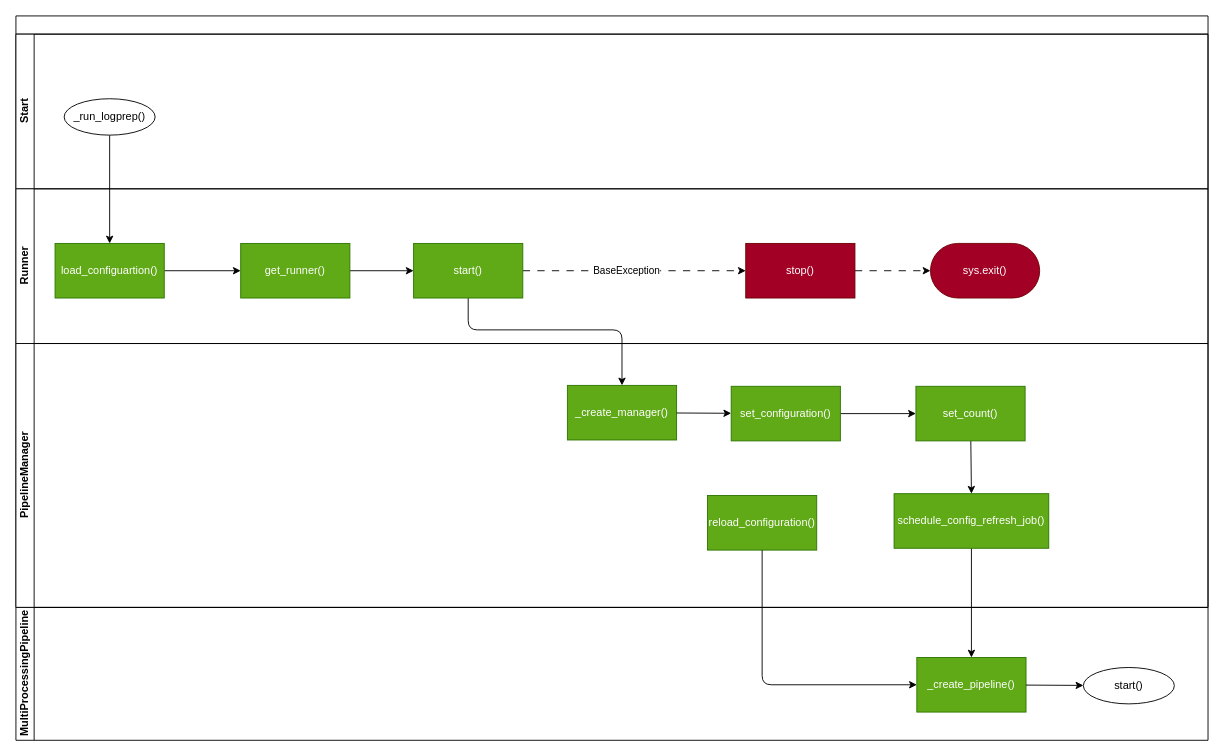
The draw.io diagram doc/source/development/architecture/diagramms/logprep_start.drawio in fkie-cad/Logprep, before the edit. Source tidied: cells renumbered, new cells numbered last; positions are measured from the earlier drawing's top-left corner, leaving out a move shared by most shapes. Both pictures are drawn from the tidied source at 91%, with x=0, y=0 at pixel (15, 15).
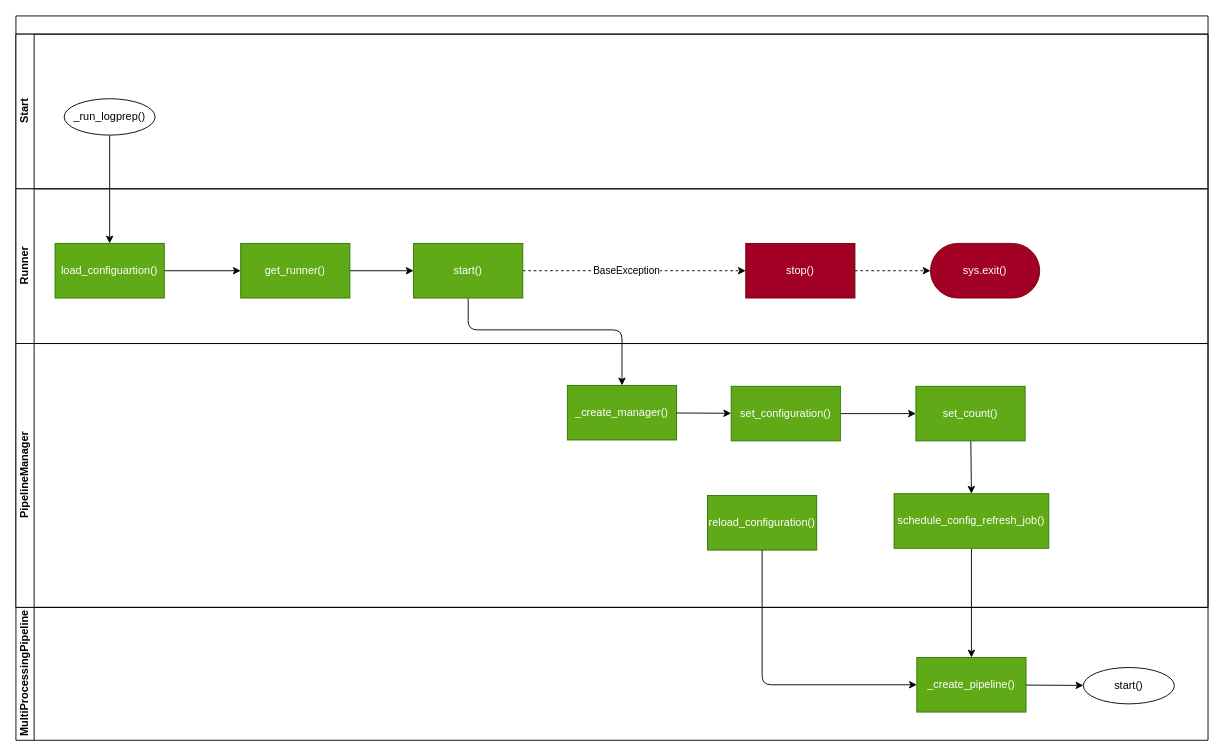
The same page after the edit.

Unchanged cells that the change refers to:
```xml
<mxCell id="4" value="Runner" style="swimlane;startSize=20;horizontal=0;html=1;" parent="2" vertex="1">
  <mxGeometry y="190" width="1310" height="170" as="geometry" />
</mxCell>
<mxCell id="10" value="start()" style="whiteSpace=wrap;html=1;fillColor=#60a917;fontColor=#ffffff;strokeColor=#2D7600;" parent="4" vertex="1">
  <mxGeometry x="437" y="60" width="120" height="60" as="geometry" />
</mxCell>
<mxCell id="13" value="stop()" style="whiteSpace=wrap;html=1;fillColor=#a20025;fontColor=#ffffff;strokeColor=#6F0000;" parent="4" vertex="1">
  <mxGeometry x="802" y="60" width="120" height="60" as="geometry" />
</mxCell>
<mxCell id="14" value="sys.exit()" style="whiteSpace=wrap;html=1;fillColor=#a20025;fontColor=#ffffff;strokeColor=#6F0000;rounded=1;arcSize=50;" parent="4" vertex="1">
  <mxGeometry x="1005" y="60" width="120" height="60" as="geometry" />
</mxCell>
```

Change to the diagram source:
```diff
@@
-    <mxCell id="8" style="edgeStyle=orthogonalEdgeStyle;html=1;dashed=1;dashPattern=8 8;" parent="4" edge="1" source="10" target="13">
+    <mxCell id="8" style="edgeStyle=orthogonalEdgeStyle;html=1;dashed=1;" parent="4" edge="1" source="10" target="13">
       <mxGeometry relative="1" as="geometry" />
     </mxCell>
@@
-    <mxCell id="12" style="edgeStyle=orthogonalEdgeStyle;html=1;dashed=1;dashPattern=8 8;" parent="4" edge="1" source="13" target="14">
+    <mxCell id="12" style="edgeStyle=orthogonalEdgeStyle;html=1;dashed=1;" parent="4" edge="1" source="13" target="14">
       <mxGeometry relative="1" as="geometry" />
     </mxCell>
```
